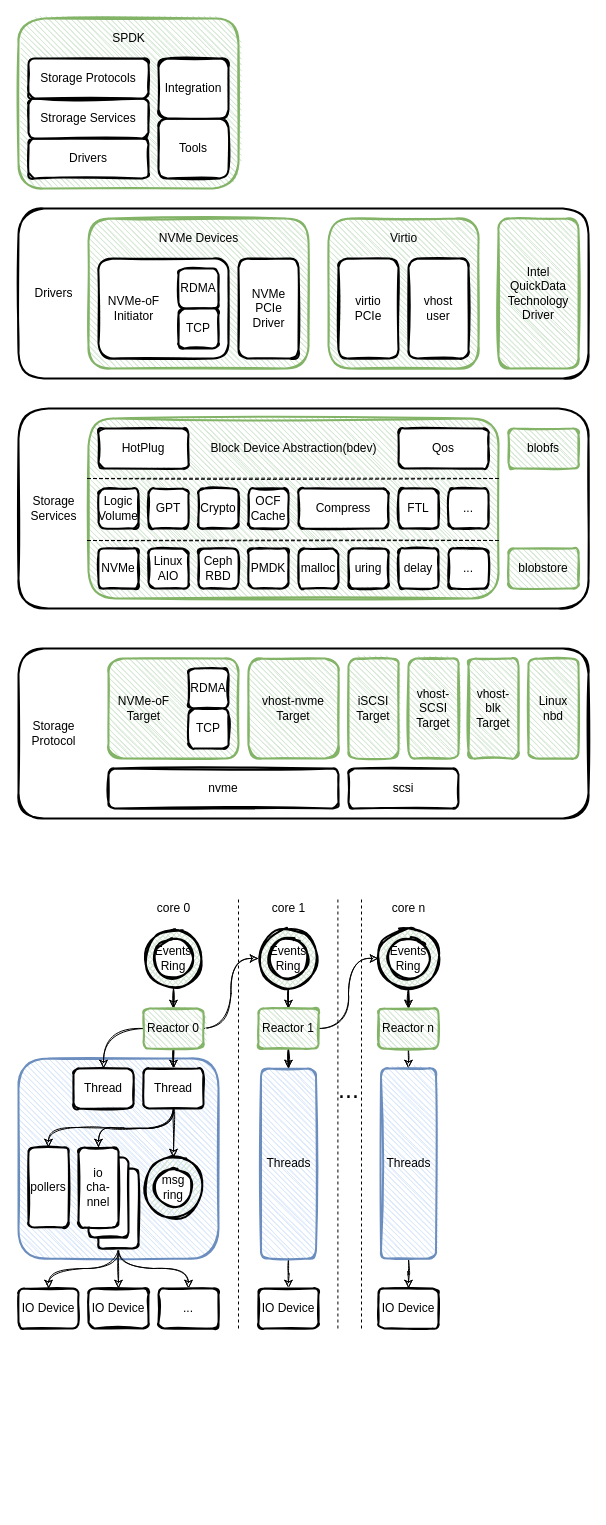
This is page "spdk" (1 of 7) of spdk/spdk.drawio from EarthWind/deeparch, a draw.io file, before an edit. Source tidied: cells renumbered, new cells numbered last; positions are measured from the earlier drawing's top-left corner, leaving out a move shared by most shapes. Both pictures are drawn from the tidied source at 100%, with x=0, y=0 at pixel (18, 18).
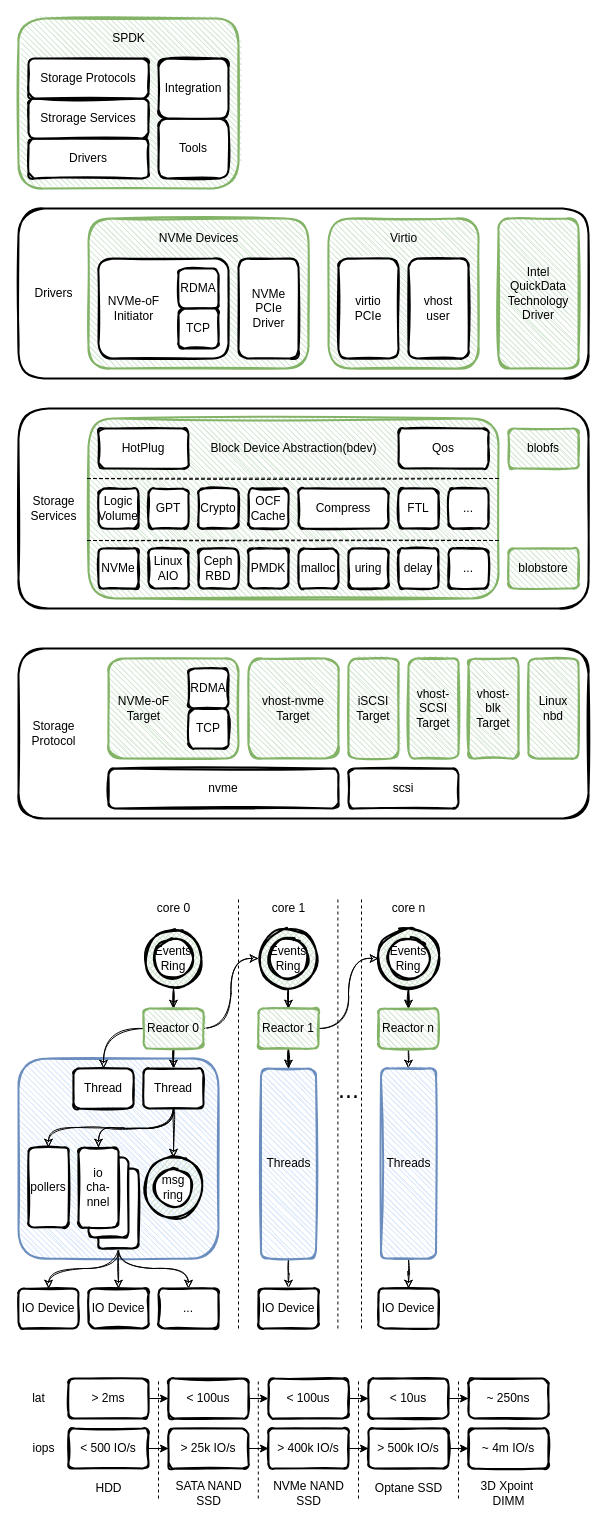
The same diagram, later.

What changed in the source:
```diff
@@
+    <mxCell id="115" style="edgeStyle=orthogonalEdgeStyle;rounded=0;jettySize=auto;html=1;entryX=0;entryY=0.5;entryDx=0;entryDy=0;" parent="1" edge="1" source="116" target="120">
+      <mxGeometry relative="1" as="geometry" />
+    </mxCell>
+    <mxCell id="116" value="&amp;gt; 2ms" style="rounded=1;whiteSpace=wrap;html=1;strokeWidth=2;fillWeight=4;hachureGap=8;hachureAngle=45;sketch=1;fillColor=#FFFFFF;" parent="1" vertex="1">
+      <mxGeometry x="50" y="1360" width="80" height="40" as="geometry" />
+    </mxCell>
+    <mxCell id="117" style="edgeStyle=orthogonalEdgeStyle;rounded=0;jettySize=auto;html=1;entryX=0;entryY=0.5;entryDx=0;entryDy=0;" parent="1" edge="1" source="118" target="122">
+      <mxGeometry relative="1" as="geometry" />
+    </mxCell>
+    <mxCell id="118" value="&amp;lt; 500 IO/s" style="rounded=1;whiteSpace=wrap;html=1;strokeWidth=2;fillWeight=4;hachureGap=8;hachureAngle=45;sketch=1;fillColor=#FFFFFF;" parent="1" vertex="1">
+      <mxGeometry x="50" y="1410" width="80" height="40" as="geometry" />
+    </mxCell>
+    <mxCell id="119" style="edgeStyle=orthogonalEdgeStyle;rounded=0;jettySize=auto;html=1;entryX=0;entryY=0.5;entryDx=0;entryDy=0;" parent="1" edge="1" source="120" target="124">
+      <mxGeometry relative="1" as="geometry" />
+    </mxCell>
+    <mxCell id="120" value="&amp;lt; 100us" style="rounded=1;whiteSpace=wrap;html=1;strokeWidth=2;fillWeight=4;hachureGap=8;hachureAngle=45;sketch=1;fillColor=#FFFFFF;" parent="1" vertex="1">
+      <mxGeometry x="150" y="1360" width="80" height="40" as="geometry" />
+    </mxCell>
+    <mxCell id="121" style="edgeStyle=orthogonalEdgeStyle;rounded=0;jettySize=auto;html=1;entryX=0;entryY=0.5;entryDx=0;entryDy=0;" parent="1" edge="1" source="122" target="126">
+      <mxGeometry relative="1" as="geometry" />
+    </mxCell>
+    <mxCell id="122" value="&amp;gt; 25k IO/s" style="rounded=1;whiteSpace=wrap;html=1;strokeWidth=2;fillWeight=4;hachureGap=8;hachureAngle=45;sketch=1;fillColor=#FFFFFF;" parent="1" vertex="1">
+      <mxGeometry x="150" y="1410" width="80" height="40" as="geometry" />
+    </mxCell>
+    <mxCell id="123" style="edgeStyle=orthogonalEdgeStyle;rounded=0;jettySize=auto;html=1;entryX=0;entryY=0.5;entryDx=0;entryDy=0;" parent="1" edge="1" source="124" target="128">
+      <mxGeometry relative="1" as="geometry" />
+    </mxCell>
+    <mxCell id="124" value="&amp;lt; 100us" style="rounded=1;whiteSpace=wrap;html=1;strokeWidth=2;fillWeight=4;hachureGap=8;hachureAngle=45;sketch=1;fillColor=#FFFFFF;" parent="1" vertex="1">
+      <mxGeometry x="250" y="1360" width="80" height="40" as="geometry" />
+    </mxCell>
+    <mxCell id="125" style="edgeStyle=orthogonalEdgeStyle;rounded=0;jettySize=auto;html=1;entryX=0;entryY=0.5;entryDx=0;entryDy=0;" parent="1" edge="1" source="126" target="130">
+      <mxGeometry relative="1" as="geometry" />
+    </mxCell>
+    <mxCell id="126" value="&amp;gt; 400k IO/s" style="rounded=1;whiteSpace=wrap;html=1;strokeWidth=2;fillWeight=4;hachureGap=8;hachureAngle=45;sketch=1;fillColor=#FFFFFF;" parent="1" vertex="1">
+      <mxGeometry x="250" y="1410" width="80" height="40" as="geometry" />
+    </mxCell>
+    <mxCell id="127" style="edgeStyle=orthogonalEdgeStyle;rounded=0;jettySize=auto;html=1;entryX=0;entryY=0.5;entryDx=0;entryDy=0;" parent="1" edge="1" source="128" target="141">
+      <mxGeometry relative="1" as="geometry" />
+    </mxCell>
+    <mxCell id="128" value="&amp;lt; 10us" style="rounded=1;whiteSpace=wrap;html=1;strokeWidth=2;fillWeight=4;hachureGap=8;hachureAngle=45;sketch=1;fillColor=#FFFFFF;" parent="1" vertex="1">
+      <mxGeometry x="350" y="1360" width="80" height="40" as="geometry" />
+    </mxCell>
+    <mxCell id="129" style="edgeStyle=orthogonalEdgeStyle;rounded=0;jettySize=auto;html=1;entryX=0;entryY=0.5;entryDx=0;entryDy=0;" parent="1" edge="1" source="130" target="142">
+      <mxGeometry relative="1" as="geometry" />
+    </mxCell>
+    <mxCell id="130" value="&amp;gt; 500k IO/s" style="rounded=1;whiteSpace=wrap;html=1;strokeWidth=2;fillWeight=4;hachureGap=8;hachureAngle=45;sketch=1;fillColor=#FFFFFF;" parent="1" vertex="1">
+      <mxGeometry x="350" y="1410" width="80" height="40" as="geometry" />
+    </mxCell>
+    <mxCell id="131" style="endArrow=none;html=1;dashed=1;" parent="1" edge="1">
+      <mxGeometry relative="1" as="geometry">
+        <mxPoint x="140" y="1480" as="sourcePoint" />
+        <mxPoint x="140" y="1360" as="targetPoint" />
+      </mxGeometry>
+    </mxCell>
+    <mxCell id="132" style="endArrow=none;html=1;dashed=1;" parent="1" edge="1">
+      <mxGeometry relative="1" as="geometry">
+        <mxPoint x="239.8" y="1480" as="sourcePoint" />
+        <mxPoint x="239.8" y="1360" as="targetPoint" />
+      </mxGeometry>
+    </mxCell>
+    <mxCell id="133" style="endArrow=none;html=1;dashed=1;" parent="1" edge="1">
+      <mxGeometry relative="1" as="geometry">
+        <mxPoint x="340" y="1480" as="sourcePoint" />
+        <mxPoint x="340" y="1360" as="targetPoint" />
+      </mxGeometry>
+    </mxCell>
+    <mxCell id="134" value="lat" style="text;html=1;align=center;verticalAlign=middle;strokeColor=none;" parent="1" vertex="1">
+      <mxGeometry x="5" y="1370" width="30" height="20" as="geometry" />
+    </mxCell>
+    <mxCell id="135" value="iops" style="text;html=1;align=center;verticalAlign=middle;strokeColor=none;" parent="1" vertex="1">
+      <mxGeometry x="5" y="1420" width="40" height="20" as="geometry" />
+    </mxCell>
+    <mxCell id="136" value="HDD" style="text;html=1;align=center;verticalAlign=middle;strokeColor=none;" parent="1" vertex="1">
+      <mxGeometry x="70" y="1460" width="40" height="20" as="geometry" />
+    </mxCell>
+    <mxCell id="137" value="SATA NAND &lt;br&gt;SSD" style="text;html=1;align=center;verticalAlign=middle;strokeColor=none;" parent="1" vertex="1">
+      <mxGeometry x="150" y="1460" width="80" height="30" as="geometry" />
+    </mxCell>
+    <mxCell id="138" value="NVMe NAND&lt;br&gt;SSD" style="text;html=1;align=center;verticalAlign=middle;strokeColor=none;" parent="1" vertex="1">
+      <mxGeometry x="245" y="1460" width="90" height="30" as="geometry" />
+    </mxCell>
+    <mxCell id="139" value="Optane SSD" style="text;html=1;align=center;verticalAlign=middle;strokeColor=none;" parent="1" vertex="1">
+      <mxGeometry x="350" y="1460" width="80" height="20" as="geometry" />
+    </mxCell>
+    <mxCell id="140" style="endArrow=none;html=1;dashed=1;" parent="1" edge="1">
+      <mxGeometry relative="1" as="geometry">
+        <mxPoint x="440" y="1480" as="sourcePoint" />
+        <mxPoint x="440" y="1360" as="targetPoint" />
+      </mxGeometry>
+    </mxCell>
+    <mxCell id="141" value="~ 250ns" style="rounded=1;whiteSpace=wrap;html=1;strokeWidth=2;fillWeight=4;hachureGap=8;hachureAngle=45;sketch=1;fillColor=#FFFFFF;" parent="1" vertex="1">
+      <mxGeometry x="450" y="1360" width="80" height="40" as="geometry" />
+    </mxCell>
+    <mxCell id="142" value="~ 4m IO/s" style="rounded=1;whiteSpace=wrap;html=1;strokeWidth=2;fillWeight=4;hachureGap=8;hachureAngle=45;sketch=1;fillColor=#FFFFFF;" parent="1" vertex="1">
+      <mxGeometry x="450" y="1410" width="80" height="40" as="geometry" />
+    </mxCell>
+    <mxCell id="143" value="3D Xpoint&amp;nbsp;&lt;br&gt;DIMM" style="text;html=1;align=center;verticalAlign=middle;strokeColor=none;" parent="1" vertex="1">
+      <mxGeometry x="455" y="1460" width="70" height="30" as="geometry" />
+    </mxCell>
```
